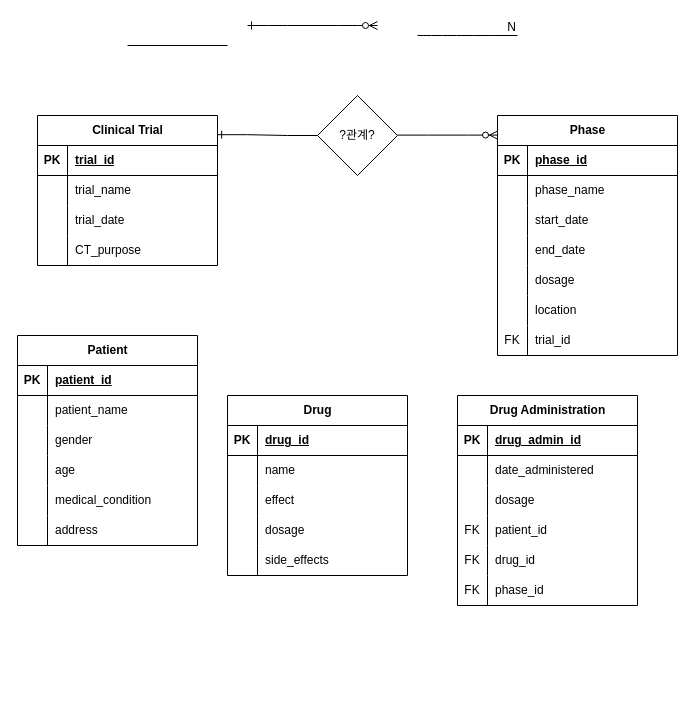
The draw.io diagram 제목 없는 다이어그램.drawio in Daon312/githubtest, before the edit. Source tidied: cells renumbered, new cells numbered last; positions are measured from the earlier drawing's top-left corner, leaving out a move shared by most shapes. Both pictures are drawn from the tidied source at 100%, with x=0, y=0 at pixel (17, 25).
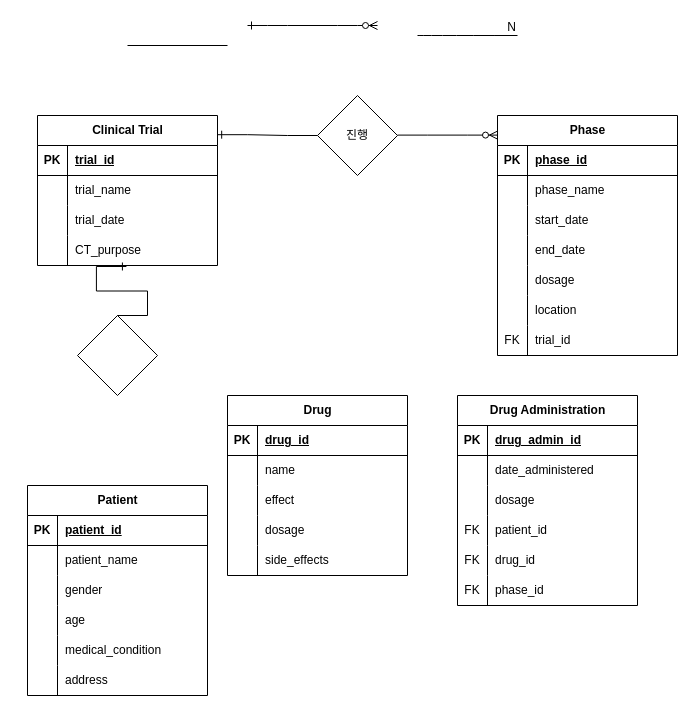
The same page after the edit.

Commit message:
제목 없는 다이어그램.drawio 업데이트

The change refers to these unchanged cells:
```xml
<mxCell id="13" style="shape=tableRow;horizontal=0;startSize=0;swimlaneHead=0;swimlaneBody=0;fillColor=none;points=[[0,0.5],[1,0.5]];portConstraint=eastwest;top=0;left=0;right=0;bottom=0;" parent="3" vertex="1">
  <mxGeometry y="120" width="180" height="30" as="geometry" />
</mxCell>
```

Change to the diagram source:
```diff
@@
     <mxCell id="38" value="Patient" style="shape=table;startSize=30;childLayout=tableLayout;rowLines=0;fontStyle=1;align=center;html=1;" parent="1" vertex="1">
-      <mxGeometry y="310" width="180" height="210" as="geometry" />
+      <mxGeometry x="10" y="460" width="180" height="210" as="geometry" />
     </mxCell>
@@
-    <mxCell id="94" value="?관계?" style="rhombus;whiteSpace=wrap;html=1;" parent="1" vertex="1">
+    <mxCell id="94" value="진행" style="rhombus;whiteSpace=wrap;html=1;" parent="1" vertex="1">
       <mxGeometry x="300" y="70" width="80" height="80" as="geometry" />
     </mxCell>
@@
+    <mxCell id="98" style="rhombus;whiteSpace=wrap;html=1;" parent="1" vertex="1">
+      <mxGeometry x="60" y="290" width="80" height="80" as="geometry" />
+    </mxCell>
+    <mxCell id="99" style="edgeStyle=entityRelationEdgeStyle;fontSize=12;html=1;endArrow=ERone;endFill=1;rounded=0;entryX=0.494;entryY=1.033;entryDx=0;entryDy=0;entryPerimeter=0;exitX=0.5;exitY=0;exitDx=0;exitDy=0;" parent="1" edge="1" source="98" target="13">
+      <mxGeometry relative="1" as="geometry" />
+    </mxCell>
```
